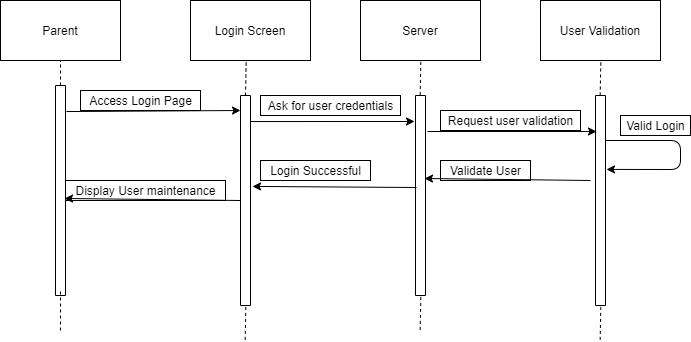
Above: Deliverables/Week_3/Use_Case/Parent/Sequence Diagrams/UserMaintenace.png in Hanandrof/Group-3-Repository (draw.io), before the change. Source tidied: cells renumbered, new cells last; positions are measured from the earlier drawing's top-left corner, leaving out a move shared by most shapes. Its diagram source:
```xml
<mxGraphModel>
  <root>
    <mxCell id="0" />
    <mxCell id="1" parent="0" />
    <mxCell id="2" value="Parent" style="rounded=0;whiteSpace=wrap;html=1;" parent="1" vertex="1">
      <mxGeometry width="120" height="60" as="geometry" />
    </mxCell>
    <mxCell id="3" value="Server" style="rounded=0;whiteSpace=wrap;html=1;" parent="1" vertex="1">
      <mxGeometry x="360" width="120" height="60" as="geometry" />
    </mxCell>
    <mxCell id="4" value="Login Screen" style="rounded=0;whiteSpace=wrap;html=1;" parent="1" vertex="1">
      <mxGeometry x="190" width="120" height="60" as="geometry" />
    </mxCell>
    <mxCell id="5" value="User Validation" style="rounded=0;whiteSpace=wrap;html=1;" parent="1" vertex="1">
      <mxGeometry x="540" width="120" height="60" as="geometry" />
    </mxCell>
    <mxCell id="6" style="rounded=0;whiteSpace=wrap;html=1;direction=south;" parent="1" vertex="1">
      <mxGeometry x="55" y="85" width="10" height="210" as="geometry" />
    </mxCell>
    <mxCell id="7" style="rounded=0;whiteSpace=wrap;html=1;direction=south;" parent="1" vertex="1">
      <mxGeometry x="240" y="95" width="10" height="210" as="geometry" />
    </mxCell>
    <mxCell id="8" style="rounded=0;whiteSpace=wrap;html=1;direction=south;" parent="1" vertex="1">
      <mxGeometry x="415" y="95" width="10" height="200" as="geometry" />
    </mxCell>
    <mxCell id="9" style="rounded=0;whiteSpace=wrap;html=1;direction=south;" parent="1" vertex="1">
      <mxGeometry x="595" y="95" width="10" height="210" as="geometry" />
    </mxCell>
    <mxCell id="10" style="endArrow=none;dashed=1;html=1;entryX=0.5;entryY=1;entryDx=0;entryDy=0;exitX=0;exitY=0.5;exitDx=0;exitDy=0;" parent="1" edge="1" source="6" target="2">
      <mxGeometry relative="1" as="geometry" />
    </mxCell>
    <mxCell id="11" style="endArrow=none;dashed=1;html=1;entryX=0.5;entryY=1;entryDx=0;entryDy=0;" parent="1" edge="1">
      <mxGeometry relative="1" as="geometry">
        <mxPoint x="60" y="330" as="sourcePoint" />
        <mxPoint x="60" y="290" as="targetPoint" />
      </mxGeometry>
    </mxCell>
    <mxCell id="12" style="endArrow=classic;html=1;exitX=0.124;exitY=-0.1;exitDx=0;exitDy=0;exitPerimeter=0;" parent="1" edge="1" source="6">
      <mxGeometry relative="1" as="geometry">
        <mxPoint x="240" y="110" as="targetPoint" />
      </mxGeometry>
    </mxCell>
    <mxCell id="13" value="Access Login Page" style="text;html=1;align=center;verticalAlign=middle;strokeColor=#000000;" parent="1" vertex="1">
      <mxGeometry x="80" y="90" width="120" height="20" as="geometry" />
    </mxCell>
    <mxCell id="14" style="endArrow=classic;html=1;exitX=0.124;exitY=0;exitDx=0;exitDy=0;exitPerimeter=0;entryX=0.13;entryY=1.1;entryDx=0;entryDy=0;entryPerimeter=0;" parent="1" edge="1" source="7" target="8">
      <mxGeometry relative="1" as="geometry" />
    </mxCell>
    <mxCell id="15" value="Ask for user credentials" style="text;html=1;align=center;verticalAlign=middle;strokeColor=#000000;" parent="1" vertex="1">
      <mxGeometry x="260" y="95" width="140" height="20" as="geometry" />
    </mxCell>
    <mxCell id="16" style="endArrow=classic;html=1;" parent="1" edge="1">
      <mxGeometry relative="1" as="geometry">
        <mxPoint x="427" y="131" as="sourcePoint" />
        <mxPoint x="596" y="131" as="targetPoint" />
      </mxGeometry>
    </mxCell>
    <mxCell id="17" value="Request user validation" style="text;html=1;align=center;verticalAlign=middle;strokeColor=#000000;" parent="1" vertex="1">
      <mxGeometry x="440" y="110" width="140" height="20" as="geometry" />
    </mxCell>
    <mxCell id="18" style="endArrow=classic;html=1;entryX=0.352;entryY=-0.1;entryDx=0;entryDy=0;entryPerimeter=0;" parent="1" edge="1" target="9">
      <mxGeometry relative="1" as="geometry">
        <mxPoint x="605" y="140" as="sourcePoint" />
        <Array as="points">
          <mxPoint x="680" y="140" />
          <mxPoint x="680" y="169" />
        </Array>
      </mxGeometry>
    </mxCell>
    <mxCell id="19" value="Valid Login" style="text;html=1;align=center;verticalAlign=middle;strokeColor=#000000;" parent="1" vertex="1">
      <mxGeometry x="620" y="115" width="70" height="20" as="geometry" />
    </mxCell>
    <mxCell id="20" style="endArrow=classic;html=1;entryX=0.415;entryY=0.1;entryDx=0;entryDy=0;entryPerimeter=0;" parent="1" edge="1" target="8">
      <mxGeometry relative="1" as="geometry">
        <mxPoint x="590" y="180" as="sourcePoint" />
      </mxGeometry>
    </mxCell>
    <mxCell id="21" style="endArrow=classic;html=1;exitX=0.46;exitY=0.9;exitDx=0;exitDy=0;exitPerimeter=0;entryX=0.433;entryY=-0.2;entryDx=0;entryDy=0;entryPerimeter=0;" parent="1" edge="1" source="8" target="7">
      <mxGeometry relative="1" as="geometry" />
    </mxCell>
    <mxCell id="22" style="endArrow=classic;html=1;exitX=0.5;exitY=1;exitDx=0;exitDy=0;entryX=0.538;entryY=0.1;entryDx=0;entryDy=0;entryPerimeter=0;" parent="1" edge="1" source="7" target="6">
      <mxGeometry relative="1" as="geometry" />
    </mxCell>
    <mxCell id="23" value="Login Successful" style="text;html=1;align=center;verticalAlign=middle;strokeColor=#000000;" parent="1" vertex="1">
      <mxGeometry x="260" y="160" width="110" height="20" as="geometry" />
    </mxCell>
    <mxCell id="24" value="Validate User" style="text;html=1;align=center;verticalAlign=middle;strokeColor=#000000;" parent="1" vertex="1">
      <mxGeometry x="440" y="160" width="90" height="20" as="geometry" />
    </mxCell>
    <mxCell id="25" value="Display User maintenance" style="text;html=1;align=center;verticalAlign=middle;strokeColor=#000000;" parent="1" vertex="1">
      <mxGeometry x="65" y="180" width="160" height="20" as="geometry" />
    </mxCell>
    <mxCell id="26" style="endArrow=none;dashed=1;html=1;strokeColor=#000000;exitX=0;exitY=0.5;exitDx=0;exitDy=0;entryX=0.464;entryY=1.01;entryDx=0;entryDy=0;entryPerimeter=0;" parent="1" edge="1" source="7" target="4">
      <mxGeometry relative="1" as="geometry" />
    </mxCell>
    <mxCell id="27" style="endArrow=none;dashed=1;html=1;strokeColor=#000000;exitX=0;exitY=0.5;exitDx=0;exitDy=0;entryX=0.464;entryY=1.01;entryDx=0;entryDy=0;entryPerimeter=0;" parent="1" edge="1">
      <mxGeometry relative="1" as="geometry">
        <mxPoint x="419.7" y="94.4" as="sourcePoint" />
        <mxPoint x="420.3" y="60" as="targetPoint" />
      </mxGeometry>
    </mxCell>
    <mxCell id="28" style="endArrow=none;dashed=1;html=1;strokeColor=#000000;exitX=0;exitY=0.5;exitDx=0;exitDy=0;entryX=0.464;entryY=1.01;entryDx=0;entryDy=0;entryPerimeter=0;" parent="1" edge="1">
      <mxGeometry relative="1" as="geometry">
        <mxPoint x="599.7" y="95" as="sourcePoint" />
        <mxPoint x="600.3" y="60.6" as="targetPoint" />
      </mxGeometry>
    </mxCell>
    <mxCell id="29" style="endArrow=none;dashed=1;html=1;strokeColor=#000000;exitX=0;exitY=0.5;exitDx=0;exitDy=0;entryX=0.464;entryY=1.01;entryDx=0;entryDy=0;entryPerimeter=0;" parent="1" edge="1">
      <mxGeometry relative="1" as="geometry">
        <mxPoint x="599.7" y="339.4" as="sourcePoint" />
        <mxPoint x="600.3" y="305" as="targetPoint" />
      </mxGeometry>
    </mxCell>
    <mxCell id="30" style="endArrow=none;dashed=1;html=1;strokeColor=#000000;exitX=0;exitY=0.5;exitDx=0;exitDy=0;entryX=0.464;entryY=1.01;entryDx=0;entryDy=0;entryPerimeter=0;" parent="1" edge="1">
      <mxGeometry relative="1" as="geometry">
        <mxPoint x="419.7" y="329.4" as="sourcePoint" />
        <mxPoint x="420.3" y="295" as="targetPoint" />
      </mxGeometry>
    </mxCell>
    <mxCell id="31" style="endArrow=none;dashed=1;html=1;strokeColor=#000000;exitX=0;exitY=0.5;exitDx=0;exitDy=0;entryX=0.464;entryY=1.01;entryDx=0;entryDy=0;entryPerimeter=0;" parent="1" edge="1">
      <mxGeometry relative="1" as="geometry">
        <mxPoint x="244.7" y="339.4" as="sourcePoint" />
        <mxPoint x="245.3" y="305" as="targetPoint" />
      </mxGeometry>
    </mxCell>
  </root>
</mxGraphModel>
```
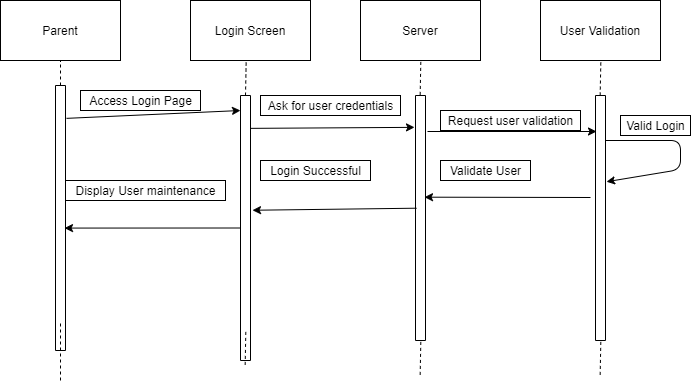
The same diagram one commit later.

The edit, as a diff of the source:
```diff
@@ -15,24 +15,24 @@
       <mxGeometry x="540" width="120" height="60" as="geometry" />
     </mxCell>
     <mxCell id="6" style="rounded=0;whiteSpace=wrap;html=1;direction=south;" parent="1" vertex="1">
-      <mxGeometry x="55" y="85" width="10" height="210" as="geometry" />
+      <mxGeometry x="55" y="85" width="10" height="265" as="geometry" />
     </mxCell>
     <mxCell id="7" style="rounded=0;whiteSpace=wrap;html=1;direction=south;" parent="1" vertex="1">
-      <mxGeometry x="240" y="95" width="10" height="210" as="geometry" />
+      <mxGeometry x="240" y="95" width="10" height="265" as="geometry" />
     </mxCell>
     <mxCell id="8" style="rounded=0;whiteSpace=wrap;html=1;direction=south;" parent="1" vertex="1">
-      <mxGeometry x="415" y="95" width="10" height="200" as="geometry" />
+      <mxGeometry x="415" y="95" width="10" height="245" as="geometry" />
     </mxCell>
     <mxCell id="9" style="rounded=0;whiteSpace=wrap;html=1;direction=south;" parent="1" vertex="1">
-      <mxGeometry x="595" y="95" width="10" height="210" as="geometry" />
+      <mxGeometry x="595" y="95" width="10" height="245" as="geometry" />
     </mxCell>
     <mxCell id="10" style="endArrow=none;dashed=1;html=1;entryX=0.5;entryY=1;entryDx=0;entryDy=0;exitX=0;exitY=0.5;exitDx=0;exitDy=0;" parent="1" edge="1" source="6" target="2">
       <mxGeometry relative="1" as="geometry" />
     </mxCell>
-    <mxCell id="11" style="endArrow=none;dashed=1;html=1;entryX=0.5;entryY=1;entryDx=0;entryDy=0;" parent="1" edge="1">
+    <mxCell id="11" style="endArrow=none;dashed=1;html=1;" parent="1" edge="1">
       <mxGeometry relative="1" as="geometry">
-        <mxPoint x="60" y="330" as="sourcePoint" />
-        <mxPoint x="60" y="290" as="targetPoint" />
+        <mxPoint x="60" y="380" as="sourcePoint" />
+        <mxPoint x="60" y="320" as="targetPoint" />
       </mxGeometry>
     </mxCell>
     <mxCell id="12" style="endArrow=classic;html=1;exitX=0.124;exitY=-0.1;exitDx=0;exitDy=0;exitPerimeter=0;" parent="1" edge="1" source="6">
@@ -72,7 +72,7 @@
     </mxCell>
     <mxCell id="20" style="endArrow=classic;html=1;entryX=0.415;entryY=0.1;entryDx=0;entryDy=0;entryPerimeter=0;" parent="1" edge="1" target="8">
       <mxGeometry relative="1" as="geometry">
-        <mxPoint x="590" y="180" as="sourcePoint" />
+        <mxPoint x="590" y="197" as="sourcePoint" />
       </mxGeometry>
     </mxCell>
     <mxCell id="21" style="endArrow=classic;html=1;exitX=0.46;exitY=0.9;exitDx=0;exitDy=0;exitPerimeter=0;entryX=0.433;entryY=-0.2;entryDx=0;entryDy=0;entryPerimeter=0;" parent="1" edge="1" source="8" target="7">
@@ -107,20 +107,20 @@
     </mxCell>
     <mxCell id="29" style="endArrow=none;dashed=1;html=1;strokeColor=#000000;exitX=0;exitY=0.5;exitDx=0;exitDy=0;entryX=0.464;entryY=1.01;entryDx=0;entryDy=0;entryPerimeter=0;" parent="1" edge="1">
       <mxGeometry relative="1" as="geometry">
-        <mxPoint x="599.7" y="339.4" as="sourcePoint" />
-        <mxPoint x="600.3" y="305" as="targetPoint" />
+        <mxPoint x="599.7" y="374.4" as="sourcePoint" />
+        <mxPoint x="600.3" y="340" as="targetPoint" />
       </mxGeometry>
     </mxCell>
     <mxCell id="30" style="endArrow=none;dashed=1;html=1;strokeColor=#000000;exitX=0;exitY=0.5;exitDx=0;exitDy=0;entryX=0.464;entryY=1.01;entryDx=0;entryDy=0;entryPerimeter=0;" parent="1" edge="1">
       <mxGeometry relative="1" as="geometry">
-        <mxPoint x="419.7" y="329.4" as="sourcePoint" />
-        <mxPoint x="420.3" y="295" as="targetPoint" />
+        <mxPoint x="419.7" y="374.4" as="sourcePoint" />
+        <mxPoint x="420.3" y="340" as="targetPoint" />
       </mxGeometry>
     </mxCell>
     <mxCell id="31" style="endArrow=none;dashed=1;html=1;strokeColor=#000000;exitX=0;exitY=0.5;exitDx=0;exitDy=0;entryX=0.464;entryY=1.01;entryDx=0;entryDy=0;entryPerimeter=0;" parent="1" edge="1">
       <mxGeometry relative="1" as="geometry">
-        <mxPoint x="244.7" y="339.4" as="sourcePoint" />
-        <mxPoint x="245.3" y="305" as="targetPoint" />
+        <mxPoint x="244.7" y="364.4" as="sourcePoint" />
+        <mxPoint x="245.3" y="330" as="targetPoint" />
       </mxGeometry>
     </mxCell>
   </root>
```
